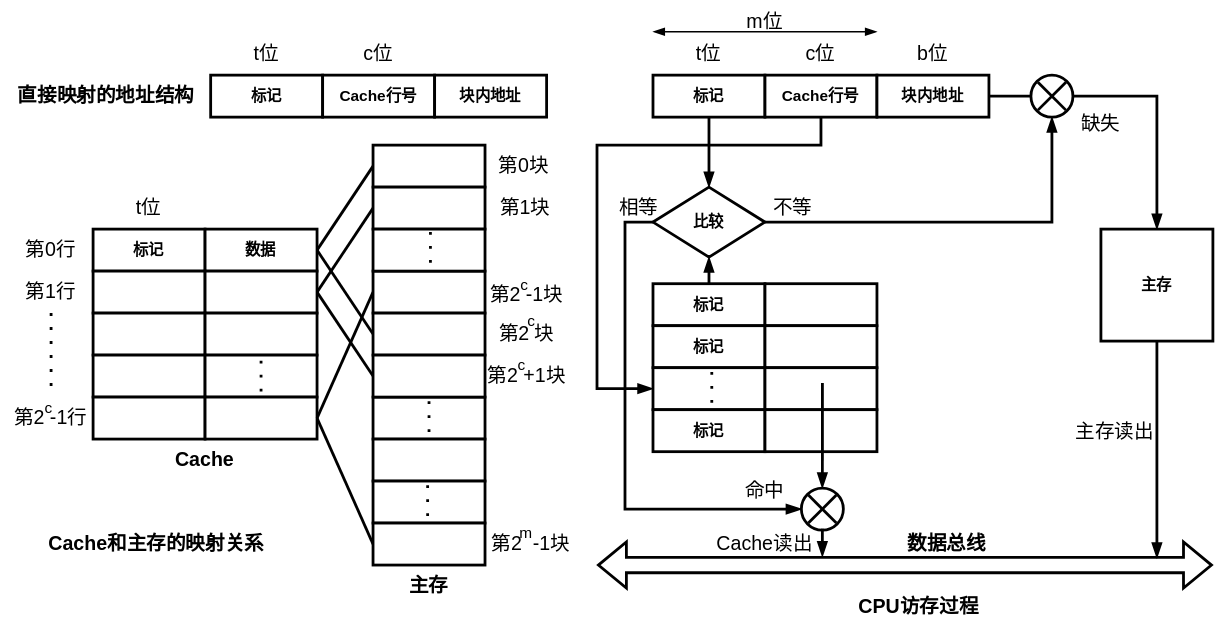
Before: pictures/计算机组成原理-Cache-主存的直接映射方式.drawio.svg, a diagram exported from draw.io (creatern/NoteBook). Source tidied: cells renumbered, new cells last; positions are measured from the earlier drawing's top-left corner, leaving out a move shared by most shapes.
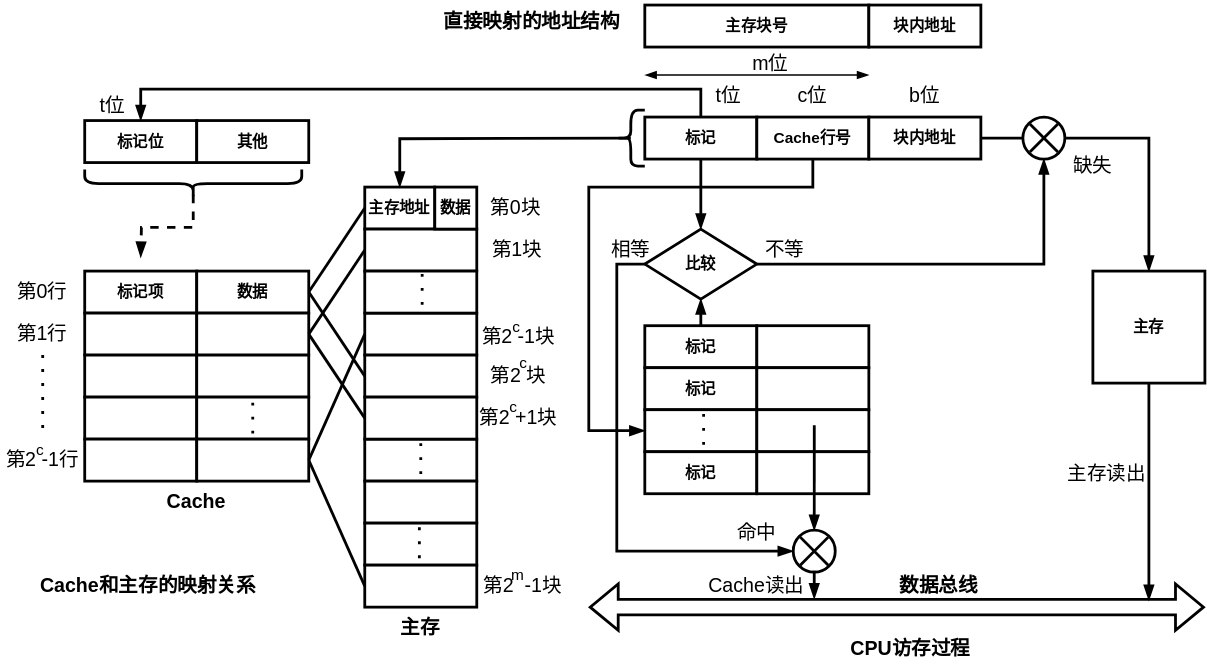
After the change.

Change to the diagram source:
```diff
@@ -2,27 +2,18 @@
   <root>
     <mxCell id="0" />
     <mxCell id="1" parent="0" />
-    <mxCell id="2" value="标记" style="rounded=0;whiteSpace=wrap;html=1;fontFamily=Helvetica;fontSize=11;fontColor=default;fontStyle=1;strokeWidth=2;" parent="1" vertex="1">
-      <mxGeometry x="150" y="53" width="80" height="30" as="geometry" />
+    <mxCell id="2" value="标记位" style="rounded=0;whiteSpace=wrap;html=1;fontFamily=Helvetica;fontSize=11;fontColor=default;fontStyle=1;strokeWidth=2;" parent="1" vertex="1">
+      <mxGeometry x="66" y="55.5" width="80" height="30" as="geometry" />
     </mxCell>
-    <mxCell id="3" value="Cache行号" style="rounded=0;whiteSpace=wrap;html=1;fontFamily=Helvetica;fontSize=11;fontColor=default;fontStyle=1;strokeWidth=2;" parent="1" vertex="1">
-      <mxGeometry x="230" y="53" width="80" height="30" as="geometry" />
-    </mxCell>
-    <mxCell id="4" value="块内地址" style="rounded=0;whiteSpace=wrap;html=1;fontFamily=Helvetica;fontSize=11;fontColor=default;fontStyle=1;strokeWidth=2;" parent="1" vertex="1">
-      <mxGeometry x="310" y="53" width="80" height="30" as="geometry" />
-    </mxCell>
     <mxCell id="5" value="&lt;b style=&quot;font-size: 14px;&quot;&gt;直接映射的地址结构&lt;/b&gt;" style="text;html=1;align=center;verticalAlign=middle;strokeColor=none;fillColor=none;fontSize=14;fontFamily=Helvetica;fontColor=default;" parent="1" vertex="1">
-      <mxGeometry y="53" width="150" height="30" as="geometry" />
+      <mxGeometry x="310" y="-30" width="150" height="30" as="geometry" />
     </mxCell>
-    <mxCell id="6" value="标记" style="rounded=0;whiteSpace=wrap;html=1;fontFamily=Helvetica;fontSize=11;fontColor=default;fontStyle=1;strokeWidth=2;" parent="1" vertex="1">
+    <mxCell id="6" value="标记项" style="rounded=0;whiteSpace=wrap;html=1;fontFamily=Helvetica;fontSize=11;fontColor=default;fontStyle=1;strokeWidth=2;" parent="1" vertex="1">
       <mxGeometry x="66" y="163" width="80" height="30" as="geometry" />
     </mxCell>
     <mxCell id="7" value="数据" style="rounded=0;whiteSpace=wrap;html=1;fontFamily=Helvetica;fontSize=11;fontColor=default;fontStyle=1;strokeWidth=2;" parent="1" vertex="1">
       <mxGeometry x="146" y="163" width="80" height="30" as="geometry" />
     </mxCell>
-    <mxCell id="8" value="t位" style="text;html=1;strokeColor=none;fillColor=none;align=center;verticalAlign=middle;whiteSpace=wrap;rounded=0;fontSize=14;fontFamily=Helvetica;fontColor=default;" parent="1" vertex="1">
-      <mxGeometry x="76" y="133" width="60" height="30" as="geometry" />
-    </mxCell>
     <mxCell id="9" value="第0行" style="text;html=1;strokeColor=none;fillColor=none;align=center;verticalAlign=middle;whiteSpace=wrap;rounded=0;fontSize=14;fontFamily=Helvetica;fontColor=default;" parent="1" vertex="1">
       <mxGeometry x="6" y="163" width="60" height="30" as="geometry" />
     </mxCell>
@@ -83,8 +74,8 @@
     <mxCell id="27" style="shape=connector;rounded=0;jettySize=auto;html=1;exitX=0;exitY=0.5;exitDx=0;exitDy=0;labelBackgroundColor=default;strokeColor=default;strokeWidth=2;fontFamily=Helvetica;fontSize=11;fontColor=default;endArrow=none;endFill=0;entryX=1;entryY=0.5;entryDx=0;entryDy=0;" parent="1" edge="1" source="28" target="7">
       <mxGeometry relative="1" as="geometry" />
     </mxCell>
-    <mxCell id="28" style="rounded=0;whiteSpace=wrap;html=1;fontFamily=Helvetica;fontSize=11;fontColor=default;fontStyle=1;strokeWidth=2;" parent="1" vertex="1">
-      <mxGeometry x="266" y="103" width="80" height="30" as="geometry" />
+    <mxCell id="28" value="主存地址" style="rounded=0;whiteSpace=wrap;html=1;fontFamily=Helvetica;fontSize=11;fontColor=default;fontStyle=1;strokeWidth=2;" parent="1" vertex="1">
+      <mxGeometry x="266" y="103" width="50" height="30" as="geometry" />
     </mxCell>
     <mxCell id="29" style="edgeStyle=none;shape=connector;rounded=0;jettySize=auto;html=1;exitX=0;exitY=0.5;exitDx=0;exitDy=0;entryX=1;entryY=0.5;entryDx=0;entryDy=0;labelBackgroundColor=default;strokeColor=default;strokeWidth=2;fontFamily=Helvetica;fontSize=11;fontColor=default;endArrow=none;endFill=0;" parent="1" edge="1" source="30" target="12">
       <mxGeometry relative="1" as="geometry" />
@@ -173,15 +164,23 @@
     <mxCell id="54" value="&lt;b style=&quot;font-size: 14px;&quot;&gt;Cache和主存的映射关系&lt;/b&gt;" style="text;html=1;align=center;verticalAlign=middle;strokeColor=none;fillColor=none;fontSize=14;fontFamily=Helvetica;fontColor=default;" parent="1" vertex="1">
       <mxGeometry x="21" y="373" width="180" height="30" as="geometry" />
     </mxCell>
-    <mxCell id="55" value="t位" style="text;html=1;strokeColor=none;fillColor=none;align=center;verticalAlign=middle;whiteSpace=wrap;rounded=0;fontSize=14;fontFamily=Helvetica;fontColor=default;" parent="1" vertex="1">
-      <mxGeometry x="160" y="23" width="60" height="30" as="geometry" />
-    </mxCell>
-    <mxCell id="56" value="c位" style="text;html=1;strokeColor=none;fillColor=none;align=center;verticalAlign=middle;whiteSpace=wrap;rounded=0;fontSize=14;fontFamily=Helvetica;fontColor=default;" parent="1" vertex="1">
-      <mxGeometry x="240" y="23" width="60" height="30" as="geometry" />
-    </mxCell>
     <mxCell id="57" style="edgeStyle=none;shape=connector;rounded=0;jettySize=auto;html=1;exitX=0.5;exitY=1;exitDx=0;exitDy=0;labelBackgroundColor=default;strokeColor=default;strokeWidth=2;fontFamily=Helvetica;fontSize=11;fontColor=default;endArrow=blockThin;endFill=1;entryX=0.5;entryY=0;entryDx=0;entryDy=0;" parent="1" edge="1" source="58" target="70">
       <mxGeometry relative="1" as="geometry" />
     </mxCell>
+    <mxCell id="101" style="edgeStyle=orthogonalEdgeStyle;shape=connector;rounded=0;jettySize=auto;html=1;exitX=0;exitY=0.5;exitDx=0;exitDy=0;labelBackgroundColor=default;strokeColor=default;strokeWidth=2;fontFamily=Helvetica;fontSize=11;fontColor=default;endArrow=blockThin;endFill=1;entryX=0.5;entryY=0;entryDx=0;entryDy=0;" parent="1" edge="1" source="58" target="2">
+      <mxGeometry relative="1" as="geometry">
+        <Array as="points">
+          <mxPoint x="506" y="68" />
+          <mxPoint x="506" y="33" />
+          <mxPoint x="106" y="33" />
+        </Array>
+      </mxGeometry>
+    </mxCell>
+    <mxCell id="102" style="edgeStyle=orthogonalEdgeStyle;shape=connector;rounded=0;jettySize=auto;html=1;entryX=0.5;entryY=0;entryDx=0;entryDy=0;labelBackgroundColor=default;strokeColor=default;strokeWidth=2;fontFamily=Helvetica;fontSize=11;fontColor=default;endArrow=blockThin;endFill=1;" parent="1" edge="1" target="28">
+      <mxGeometry relative="1" as="geometry">
+        <mxPoint x="456" y="68" as="sourcePoint" />
+      </mxGeometry>
+    </mxCell>
     <mxCell id="58" value="标记" style="rounded=0;whiteSpace=wrap;html=1;fontFamily=Helvetica;fontSize=11;fontColor=default;fontStyle=1;strokeWidth=2;" parent="1" vertex="1">
       <mxGeometry x="466" y="53" width="80" height="30" as="geometry" />
     </mxCell>
@@ -204,18 +203,18 @@
       <mxGeometry x="626" y="53" width="80" height="30" as="geometry" />
     </mxCell>
     <mxCell id="63" value="t位" style="text;html=1;strokeColor=none;fillColor=none;align=center;verticalAlign=middle;whiteSpace=wrap;rounded=0;fontSize=14;fontFamily=Helvetica;fontColor=default;" parent="1" vertex="1">
-      <mxGeometry x="476" y="23" width="60" height="30" as="geometry" />
+      <mxGeometry x="496" y="23" width="60" height="30" as="geometry" />
     </mxCell>
     <mxCell id="64" value="c位" style="text;html=1;strokeColor=none;fillColor=none;align=center;verticalAlign=middle;whiteSpace=wrap;rounded=0;fontSize=14;fontFamily=Helvetica;fontColor=default;" parent="1" vertex="1">
       <mxGeometry x="556" y="23" width="60" height="30" as="geometry" />
     </mxCell>
     <mxCell id="65" value="m位" style="text;html=1;strokeColor=none;fillColor=none;align=center;verticalAlign=middle;whiteSpace=wrap;rounded=0;fontSize=14;fontFamily=Helvetica;fontColor=default;" parent="1" vertex="1">
-      <mxGeometry x="516" width="60" height="30" as="geometry" />
+      <mxGeometry x="526" width="60" height="30" as="geometry" />
     </mxCell>
     <mxCell id="66" style="endArrow=blockThin;startArrow=blockThin;html=1;rounded=0;labelBackgroundColor=default;strokeColor=default;strokeWidth=1;fontFamily=Helvetica;fontSize=11;fontColor=default;shape=connector;startFill=1;endFill=1;" parent="1" edge="1">
       <mxGeometry relative="1" as="geometry">
-        <mxPoint x="466" y="22" as="sourcePoint" />
-        <mxPoint x="626" y="22" as="targetPoint" />
+        <mxPoint x="466" y="23" as="sourcePoint" />
+        <mxPoint x="626" y="23" as="targetPoint" />
       </mxGeometry>
     </mxCell>
     <mxCell id="67" value="b位" style="text;html=1;strokeColor=none;fillColor=none;align=center;verticalAlign=middle;whiteSpace=wrap;rounded=0;fontSize=14;fontFamily=Helvetica;fontColor=default;" parent="1" vertex="1">
@@ -344,5 +343,31 @@
     <mxCell id="100" value="&lt;b&gt;CPU访存过程&lt;/b&gt;" style="text;html=1;strokeColor=none;fillColor=none;align=center;verticalAlign=middle;whiteSpace=wrap;rounded=0;fontSize=14;fontFamily=Helvetica;fontColor=default;" parent="1" vertex="1">
       <mxGeometry x="596" y="418" width="120" height="30" as="geometry" />
     </mxCell>
+    <mxCell id="103" value="主存块号" style="rounded=0;whiteSpace=wrap;html=1;fontFamily=Helvetica;fontSize=11;fontColor=default;fontStyle=1;strokeWidth=2;" parent="1" vertex="1">
+      <mxGeometry x="466" y="-27" width="160" height="30" as="geometry" />
+    </mxCell>
+    <mxCell id="4" value="块内地址" style="rounded=0;whiteSpace=wrap;html=1;fontFamily=Helvetica;fontSize=11;fontColor=default;fontStyle=1;strokeWidth=2;" parent="1" vertex="1">
+      <mxGeometry x="626" y="-27" width="80" height="30" as="geometry" />
+    </mxCell>
+    <mxCell id="104" value="其他" style="rounded=0;whiteSpace=wrap;html=1;fontFamily=Helvetica;fontSize=11;fontColor=default;fontStyle=1;strokeWidth=2;" parent="1" vertex="1">
+      <mxGeometry x="146" y="55.5" width="80" height="30" as="geometry" />
+    </mxCell>
+    <mxCell id="105" value="t位" style="text;html=1;strokeColor=none;fillColor=none;align=center;verticalAlign=middle;whiteSpace=wrap;rounded=0;fontSize=14;fontFamily=Helvetica;fontColor=default;" parent="1" vertex="1">
+      <mxGeometry x="56" y="30" width="60" height="30" as="geometry" />
+    </mxCell>
+    <mxCell id="106" style="edgeStyle=orthogonalEdgeStyle;shape=connector;rounded=0;jettySize=auto;html=1;exitX=0.1;exitY=0.5;exitDx=0;exitDy=0;exitPerimeter=0;labelBackgroundColor=default;strokeColor=default;strokeWidth=2;fontFamily=Helvetica;fontSize=11;fontColor=default;endArrow=blockThin;endFill=1;dashed=1;" parent="1" edge="1" source="107">
+      <mxGeometry relative="1" as="geometry">
+        <mxPoint x="106" y="153" as="targetPoint" />
+      </mxGeometry>
+    </mxCell>
+    <mxCell id="107" style="shape=curlyBracket;whiteSpace=wrap;html=1;rounded=1;labelPosition=left;verticalLabelPosition=middle;align=right;verticalAlign=middle;fontFamily=Helvetica;fontSize=11;fontColor=default;strokeWidth=2;rotation=-90;" parent="1" vertex="1">
+      <mxGeometry x="133.5" y="23" width="20" height="155" as="geometry" />
+    </mxCell>
+    <mxCell id="108" style="shape=curlyBracket;whiteSpace=wrap;html=1;rounded=1;labelPosition=left;verticalLabelPosition=middle;align=right;verticalAlign=middle;fontFamily=Helvetica;fontSize=11;fontColor=default;strokeWidth=2;" parent="1" vertex="1">
+      <mxGeometry x="446" y="48" width="20" height="40" as="geometry" />
+    </mxCell>
+    <mxCell id="109" value="数据" style="rounded=0;whiteSpace=wrap;html=1;fontFamily=Helvetica;fontSize=11;fontColor=default;fontStyle=1;strokeWidth=2;" parent="1" vertex="1">
+      <mxGeometry x="316" y="103" width="30" height="30" as="geometry" />
+    </mxCell>
   </root>
 </mxGraphModel>
```
